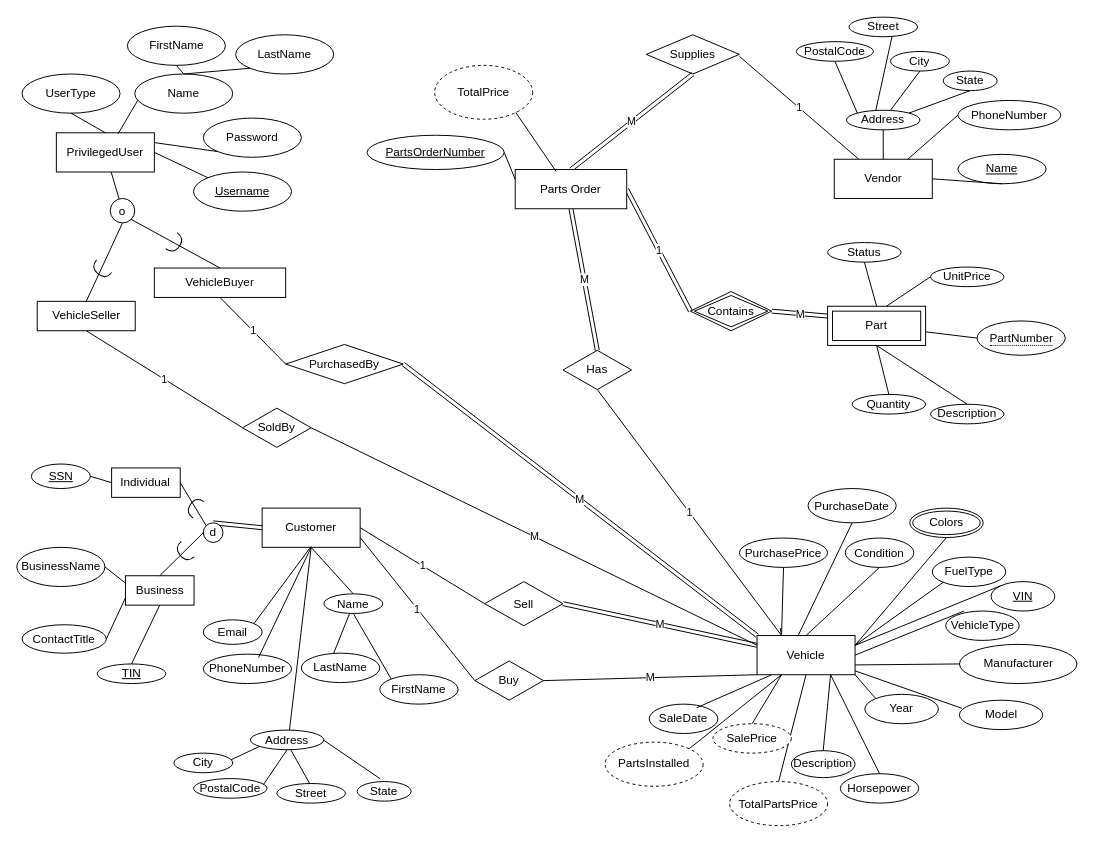
Above: Phase_1/team006_p1_eer.drawio in rkang427/autodb (draw.io), before the change. Source tidied: cells renumbered, new cells numbered last; positions are measured from the earlier drawing's top-left corner, leaving out a move shared by most shapes. Both pictures are drawn from the tidied source at 98%, with x=0, y=0 at pixel (17, 17).
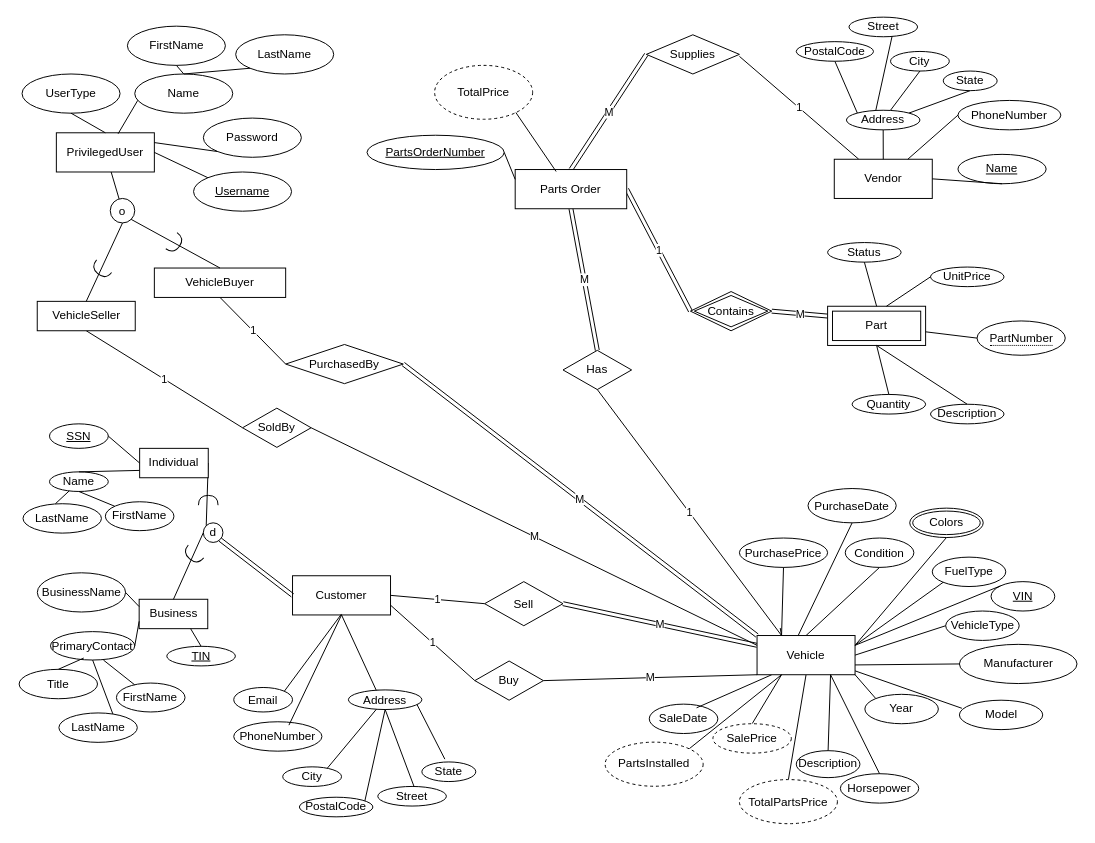
The same page after the edit.

Commit message (it also covers changes not shown here):
Move Name to Individual and create composite PrimaryContact for Business

The change refers to these unchanged cells:
```xml
<mxCell id="30" value="Vehicle" style="whiteSpace=wrap;html=1;align=center;" parent="1" vertex="1">
  <mxGeometry x="755" y="631" width="100" height="40" as="geometry" />
</mxCell>
<mxCell id="32" value="VehicleType" style="ellipse;whiteSpace=wrap;html=1;align=center;" parent="1" vertex="1">
  <mxGeometry x="947.5" y="606" width="75" height="30" as="geometry" />
</mxCell>
<mxCell id="51" value="Supplies" style="shape=rhombus;perimeter=rhombusPerimeter;whiteSpace=wrap;html=1;align=center;" parent="1" vertex="1">
  <mxGeometry x="642" y="18" width="95" height="40" as="geometry" />
</mxCell>
<mxCell id="80" value="d" style="ellipse;whiteSpace=wrap;html=1;" parent="1" vertex="1">
  <mxGeometry x="190" y="516" width="20" height="20" as="geometry" />
</mxCell>
<mxCell id="136" value="Parts Order" style="shape=ext;margin=3;double=0;whiteSpace=wrap;html=1;align=center;" parent="135" vertex="1">
  <mxGeometry x="151.2" y="106.3" width="113.8" height="40" as="geometry" />
</mxCell>
```

What changed in the source:
```diff
@@
+    <mxCell id="151" style="endArrow=none;html=1;rounded=0;entryX=0.5;entryY=1;entryDx=0;entryDy=0;exitX=0.7;exitY=0.117;exitDx=0;exitDy=0;exitPerimeter=0;" parent="1" edge="1" source="160" target="77">
+      <mxGeometry relative="1" as="geometry" />
+    </mxCell>
@@
     <mxCell id="5" value="Customer" style="whiteSpace=wrap;html=1;align=center;" parent="1" vertex="1">
-      <mxGeometry x="250" y="501" width="100" height="40" as="geometry" />
+      <mxGeometry x="281" y="570" width="100" height="40" as="geometry" />
     </mxCell>
     <mxCell id="6" value="Email" style="ellipse;whiteSpace=wrap;html=1;align=center;" parent="1" vertex="1">
-      <mxGeometry x="190" y="615" width="60" height="25" as="geometry" />
+      <mxGeometry x="221" y="684" width="60" height="25" as="geometry" />
     </mxCell>
     <mxCell id="7" style="endArrow=none;html=1;rounded=0;entryX=1;entryY=0;entryDx=0;entryDy=0;" parent="1" edge="1" target="6">
       <mxGeometry relative="1" as="geometry">
-        <mxPoint x="300" y="540" as="sourcePoint" />
+        <mxPoint x="331" y="609" as="sourcePoint" />
       </mxGeometry>
     </mxCell>
-    <mxCell id="8" value="Name" style="ellipse;whiteSpace=wrap;html=1;align=center;" parent="1" vertex="1">
-      <mxGeometry x="313" y="588.5" width="60" height="20" as="geometry" />
-    </mxCell>
-    <mxCell id="9" value="FirstName" style="ellipse;whiteSpace=wrap;html=1;align=center;" parent="1" vertex="1">
-      <mxGeometry x="370" y="671" width="80" height="30" as="geometry" />
-    </mxCell>
-    <mxCell id="10" value="LastName" style="ellipse;whiteSpace=wrap;html=1;align=center;" parent="1" vertex="1">
-      <mxGeometry x="290" y="649" width="80" height="30" as="geometry" />
-    </mxCell>
-    <mxCell id="11" style="endArrow=none;html=1;rounded=0;entryX=0.5;entryY=0;entryDx=0;entryDy=0;exitX=0.5;exitY=1;exitDx=0;exitDy=0;" parent="1" edge="1" source="5" target="8">
-      <mxGeometry relative="1" as="geometry" />
-    </mxCell>
-    <mxCell id="12" style="endArrow=none;html=1;rounded=0;entryX=0.413;entryY=0;entryDx=0;entryDy=0;entryPerimeter=0;" parent="1" edge="1" source="8" target="10">
-      <mxGeometry relative="1" as="geometry" />
-    </mxCell>
-    <mxCell id="13" style="endArrow=none;html=1;rounded=0;exitX=0.5;exitY=1;exitDx=0;exitDy=0;entryX=0;entryY=0;entryDx=0;entryDy=0;" parent="1" edge="1" source="8" target="9">
-      <mxGeometry relative="1" as="geometry" />
-    </mxCell>
@@
-    <mxCell id="26" style="endArrow=none;html=1;rounded=0;entryX=0;entryY=0.5;entryDx=0;entryDy=0;shape=link;exitX=0.5;exitY=0;exitDx=0;exitDy=0;" parent="1" edge="1" source="80" target="5">
+    <mxCell id="26" style="endArrow=none;html=1;rounded=0;entryX=0;entryY=0.5;entryDx=0;entryDy=0;shape=link;exitX=1;exitY=1;exitDx=0;exitDy=0;" parent="1" edge="1" source="80" target="5">
       <mxGeometry relative="1" as="geometry" />
     </mxCell>
@@
-    <mxCell id="40" style="endArrow=none;html=1;rounded=0;exitX=1;exitY=0.5;exitDx=0;exitDy=0;entryX=0.25;entryY=0;entryDx=0;entryDy=0;entryPerimeter=0;" parent="1" edge="1" source="30" target="32">
+    <mxCell id="40" style="endArrow=none;html=1;rounded=0;exitX=1;exitY=0.5;exitDx=0;exitDy=0;entryX=0;entryY=0.5;entryDx=0;entryDy=0;" parent="1" edge="1" source="30" target="32">
       <mxGeometry relative="1" as="geometry" />
     </mxCell>
@@
     <mxCell id="45" value="Description" style="ellipse;whiteSpace=wrap;html=1;align=center;" parent="1" vertex="1">
-      <mxGeometry x="790" y="748.5" width="65" height="27.5" as="geometry" />
+      <mxGeometry x="795" y="748.5" width="65" height="27.5" as="geometry" />
     </mxCell>
@@
-    <mxCell id="55" value="M" style="endArrow=none;html=1;rounded=0;entryX=0.5;entryY=0;entryDx=0;entryDy=0;exitX=0.5;exitY=1;exitDx=0;exitDy=0;strokeWidth=1;shape=link;" parent="1" edge="1" source="51" target="136">
+    <mxCell id="55" value="M" style="endArrow=none;html=1;rounded=0;entryX=0.5;entryY=0;entryDx=0;entryDy=0;exitX=0;exitY=0.5;exitDx=0;exitDy=0;strokeWidth=1;shape=link;" parent="1" edge="1" source="51" target="136">
       <mxGeometry relative="1" as="geometry" />
     </mxCell>
@@
     <mxCell id="61" value="PhoneNumber" style="ellipse;whiteSpace=wrap;html=1;align=center;" parent="1" vertex="1">
-      <mxGeometry x="190" y="650" width="90" height="30" as="geometry" />
+      <mxGeometry x="221" y="719" width="90" height="30" as="geometry" />
     </mxCell>
@@
-    <mxCell id="63" style="edgeStyle=orthogonalEdgeStyle;rounded=0;orthogonalLoop=1;jettySize=auto;html=1;exitX=0.5;exitY=1;exitDx=0;exitDy=0;" parent="1" edge="1" source="9" target="9">
-      <mxGeometry relative="1" as="geometry" />
-    </mxCell>
     <mxCell id="64" value="TotalPartsPrice" style="ellipse;whiteSpace=wrap;html=1;align=center;dashed=1;" parent="1" vertex="1">
-      <mxGeometry x="727" y="780" width="100" height="45" as="geometry" />
+      <mxGeometry x="737" y="778" width="100" height="45" as="geometry" />
     </mxCell>
@@
-    <mxCell id="70" value="Individual" style="whiteSpace=wrap;html=1;align=center;" parent="1" vertex="1">
-      <mxGeometry x="96.4" y="460" width="70" height="30" as="geometry" />
-    </mxCell>
     <mxCell id="71" value="Business" style="whiteSpace=wrap;html=1;align=center;" parent="1" vertex="1">
-      <mxGeometry x="110.5" y="570" width="70" height="30" as="geometry" />
+      <mxGeometry x="124.5" y="594" width="70" height="30" as="geometry" />
     </mxCell>
-    <mxCell id="72" value="SSN" style="ellipse;whiteSpace=wrap;html=1;align=center;fontStyle=4;" parent="1" vertex="1">
-      <mxGeometry x="14.6" y="456" width="60" height="25" as="geometry" />
-    </mxCell>
     <mxCell id="73" value="TIN" style="ellipse;whiteSpace=wrap;html=1;align=center;fontStyle=4;" parent="1" vertex="1">
-      <mxGeometry x="81.7" y="660" width="70" height="20" as="geometry" />
+      <mxGeometry x="152.7" y="642" width="70" height="20" as="geometry" />
     </mxCell>
-    <mxCell id="74" style="endArrow=none;html=1;rounded=0;exitX=0.5;exitY=0;exitDx=0;exitDy=0;entryX=0.5;entryY=1;entryDx=0;entryDy=0;" parent="1" edge="1" source="73" target="71">
+    <mxCell id="74" style="endArrow=none;html=1;rounded=0;exitX=0.5;exitY=0;exitDx=0;exitDy=0;entryX=0.75;entryY=1;entryDx=0;entryDy=0;" parent="1" edge="1" source="73" target="71">
       <mxGeometry relative="1" as="geometry" />
     </mxCell>
-    <mxCell id="75" style="endArrow=none;html=1;rounded=0;exitX=1;exitY=0.5;exitDx=0;exitDy=0;entryX=0;entryY=0.5;entryDx=0;entryDy=0;" parent="1" edge="1" source="72" target="70">
-      <mxGeometry relative="1" as="geometry" />
-    </mxCell>
     <mxCell id="76" value="BusinessName" style="ellipse;whiteSpace=wrap;html=1;align=center;" parent="1" vertex="1">
-      <mxGeometry x="-0.4" y="541" width="90" height="40" as="geometry" />
+      <mxGeometry x="20.6" y="567" width="90" height="40" as="geometry" />
     </mxCell>
-    <mxCell id="77" value="ContactTitle" style="ellipse;whiteSpace=wrap;html=1;align=center;" parent="1" vertex="1">
-      <mxGeometry x="5" y="620" width="86" height="29" as="geometry" />
+    <mxCell id="77" value="PrimaryContact" style="ellipse;whiteSpace=wrap;html=1;align=center;" parent="1" vertex="1">
+      <mxGeometry x="34" y="627" width="86" height="29" as="geometry" />
     </mxCell>
@@
-    <mxCell id="83" style="shape=requiredInterface;html=1;verticalLabelPosition=bottom;sketch=0;rotation=213;" parent="1" vertex="1">
-      <mxGeometry x="176" y="490" width="10" height="20" as="geometry" />
+    <mxCell id="83" style="shape=requiredInterface;html=1;verticalLabelPosition=bottom;sketch=0;rotation=-90;" parent="1" vertex="1">
+      <mxGeometry x="190" y="483" width="10" height="20" as="geometry" />
     </mxCell>
-    <mxCell id="84" style="shape=requiredInterface;html=1;verticalLabelPosition=bottom;sketch=0;rotation=-130;direction=north;" parent="1" vertex="1">
-      <mxGeometry x="160" y="541" width="20.5" height="10" as="geometry" />
+    <mxCell id="84" style="shape=requiredInterface;html=1;verticalLabelPosition=bottom;sketch=0;rotation=-140;direction=north;" parent="1" vertex="1">
+      <mxGeometry x="169" y="544" width="20.5" height="10" as="geometry" />
     </mxCell>
@@
     <mxCell id="141" value="State" style="ellipse;whiteSpace=wrap;html=1;align=center;" parent="1" vertex="1">
-      <mxGeometry x="347" y="780" width="55" height="20" as="geometry" />
+      <mxGeometry x="413" y="760" width="55" height="20" as="geometry" />
     </mxCell>
@@
     <mxCell id="147" value="Address" style="ellipse;whiteSpace=wrap;html=1;align=center;" parent="1" vertex="1">
-      <mxGeometry x="238" y="727.5" width="75" height="20" as="geometry" />
+      <mxGeometry x="338" y="686.5" width="75" height="20" as="geometry" />
     </mxCell>
     <mxCell id="148" value="Street" style="ellipse;whiteSpace=wrap;html=1;align=center;" parent="1" vertex="1">
-      <mxGeometry x="265" y="782" width="70" height="20" as="geometry" />
+      <mxGeometry x="368" y="785" width="70" height="20" as="geometry" />
     </mxCell>
     <mxCell id="149" value="City" style="ellipse;whiteSpace=wrap;html=1;align=center;" parent="1" vertex="1">
-      <mxGeometry x="160" y="751" width="60" height="20" as="geometry" />
+      <mxGeometry x="271" y="765" width="60" height="20" as="geometry" />
     </mxCell>
     <mxCell id="150" value="PostalCode" style="ellipse;whiteSpace=wrap;html=1;align=center;" parent="1" vertex="1">
-      <mxGeometry x="180" y="777" width="75" height="20" as="geometry" />
+      <mxGeometry x="288" y="796" width="75" height="20" as="geometry" />
     </mxCell>
+    <mxCell id="152" style="group;" parent="1" vertex="1">
+      <mxGeometry x="10" y="424" width="185" height="112.5" as="geometry" />
+    </mxCell>
+    <mxCell id="8" value="Name" style="ellipse;whiteSpace=wrap;html=1;align=center;" parent="152" vertex="1">
+      <mxGeometry x="23" y="40" width="60" height="20" as="geometry" />
+    </mxCell>
+    <mxCell id="153" value="FirstName" style="ellipse;whiteSpace=wrap;html=1;align=center;" parent="152" vertex="1">
+      <mxGeometry x="80" y="70.5" width="70" height="29.5" as="geometry" />
+    </mxCell>
+    <mxCell id="154" value="LastName" style="ellipse;whiteSpace=wrap;html=1;align=center;" parent="152" vertex="1">
+      <mxGeometry x="-4" y="72.5" width="80" height="30" as="geometry" />
+    </mxCell>
+    <mxCell id="155" style="endArrow=none;html=1;rounded=0;entryX=0.413;entryY=0;entryDx=0;entryDy=0;entryPerimeter=0;" parent="152" edge="1" source="8" target="154">
+      <mxGeometry relative="1" as="geometry" />
+    </mxCell>
+    <mxCell id="156" style="endArrow=none;html=1;rounded=0;exitX=0.5;exitY=1;exitDx=0;exitDy=0;entryX=0;entryY=0;entryDx=0;entryDy=0;" parent="152" edge="1" source="8" target="153">
+      <mxGeometry relative="1" as="geometry" />
+    </mxCell>
+    <mxCell id="157" style="edgeStyle=orthogonalEdgeStyle;rounded=0;orthogonalLoop=1;jettySize=auto;html=1;exitX=0.5;exitY=1;exitDx=0;exitDy=0;" parent="152" edge="1" source="153" target="153">
+      <mxGeometry relative="1" as="geometry" />
+    </mxCell>
+    <mxCell id="72" value="SSN" style="ellipse;whiteSpace=wrap;html=1;align=center;fontStyle=4;" parent="152" vertex="1">
+      <mxGeometry x="23" y="-9" width="60" height="25" as="geometry" />
+    </mxCell>
+    <mxCell id="70" value="Individual" style="whiteSpace=wrap;html=1;align=center;" parent="152" vertex="1">
+      <mxGeometry x="115" y="16" width="70" height="30" as="geometry" />
+    </mxCell>
+    <mxCell id="75" style="endArrow=none;html=1;rounded=0;exitX=1;exitY=0.5;exitDx=0;exitDy=0;entryX=0;entryY=0.5;entryDx=0;entryDy=0;" parent="152" edge="1" source="72" target="70">
+      <mxGeometry relative="1" as="geometry" />
+    </mxCell>
+    <mxCell id="158" style="endArrow=none;html=1;rounded=0;entryX=0.5;entryY=0;entryDx=0;entryDy=0;exitX=0;exitY=0.75;exitDx=0;exitDy=0;" parent="152" edge="1" source="70" target="8">
+      <mxGeometry relative="1" as="geometry" />
+    </mxCell>
+    <mxCell id="159" value="FirstName" style="ellipse;whiteSpace=wrap;html=1;align=center;" parent="1" vertex="1">
+      <mxGeometry x="101.3" y="679.5" width="70" height="29.5" as="geometry" />
+    </mxCell>
+    <mxCell id="160" value="LastName" style="ellipse;whiteSpace=wrap;html=1;align=center;" parent="1" vertex="1">
+      <mxGeometry x="42.6" y="710" width="80" height="30" as="geometry" />
+    </mxCell>
+    <mxCell id="161" value="Title" style="ellipse;whiteSpace=wrap;html=1;align=center;" parent="1" vertex="1">
+      <mxGeometry x="2" y="665.5" width="80" height="30" as="geometry" />
+    </mxCell>
+    <mxCell id="162" style="endArrow=none;html=1;rounded=0;entryX=0.628;entryY=1;entryDx=0;entryDy=0;entryPerimeter=0;" parent="1" edge="1" source="159" target="77">
+      <mxGeometry relative="1" as="geometry" />
+    </mxCell>
+    <mxCell id="163" style="endArrow=none;html=1;rounded=0;exitX=0.5;exitY=0;exitDx=0;exitDy=0;entryX=0.395;entryY=0.931;entryDx=0;entryDy=0;entryPerimeter=0;" parent="1" edge="1" source="161" target="77">
+      <mxGeometry relative="1" as="geometry" />
+    </mxCell>
```
